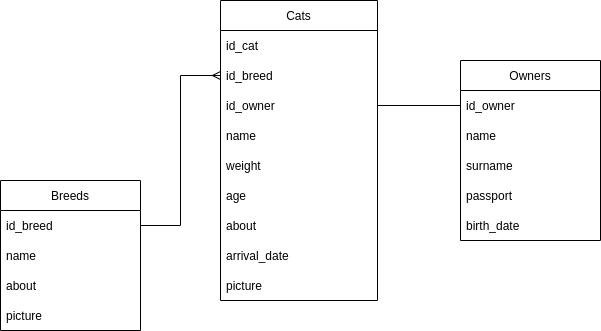
moevm/nosql2h21-cats-arango keeps this draw.io diagram as sql.drawio.png. Above is the earlier version. Source tidied: cells renumbered, new cells last; positions are measured from the earlier drawing's top-left corner, leaving out a move shared by most shapes.
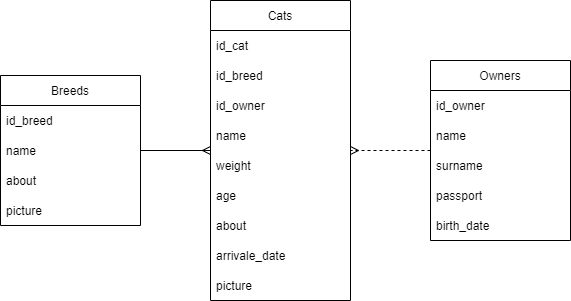
Later version of the same file.

Diff of the diagram source:
```diff
@@ -3,59 +3,44 @@
     <mxCell id="0" />
     <mxCell id="1" parent="0" />
     <mxCell id="2" value="Cats" style="swimlane;fontStyle=0;horizontal=1;startSize=30;" parent="1" vertex="1">
-      <mxGeometry x="220" width="157" height="300" as="geometry" />
+      <mxGeometry x="1090" y="10" width="140" height="300" as="geometry" />
     </mxCell>
     <mxCell id="3" value="id_cat" style="text;strokeColor=none;fillColor=none;align=left;verticalAlign=middle;spacingLeft=4;spacingRight=4;overflow=hidden;" parent="2" vertex="1">
-      <mxGeometry y="30" width="157" height="30" as="geometry" />
+      <mxGeometry y="30" width="140" height="30" as="geometry" />
     </mxCell>
     <mxCell id="4" value="id_breed" style="text;strokeColor=none;fillColor=none;align=left;verticalAlign=middle;spacingLeft=4;spacingRight=4;overflow=hidden;points=[[0,0.5],[1,0.5]];portConstraint=eastwest;" parent="2" vertex="1">
-      <mxGeometry y="60" width="157" height="30" as="geometry" />
+      <mxGeometry y="60" width="140" height="30" as="geometry" />
     </mxCell>
     <mxCell id="5" value="id_owner" style="text;strokeColor=none;fillColor=none;align=left;verticalAlign=middle;spacingLeft=4;spacingRight=4;overflow=hidden;points=[[0,0.5],[1,0.5]];portConstraint=eastwest;" parent="2" vertex="1">
-      <mxGeometry y="90" width="157" height="30" as="geometry" />
+      <mxGeometry y="90" width="140" height="30" as="geometry" />
     </mxCell>
-    <mxCell id="6" value="name" style="text;strokeColor=none;fillColor=none;align=left;verticalAlign=middle;spacingLeft=4;spacingRight=4;overflow=hidden;" parent="2" vertex="1">
-      <mxGeometry y="120" width="157" height="30" as="geometry" />
-    </mxCell>
+    <mxCell id="25" value="name" style="text;strokeColor=none;fillColor=none;align=left;verticalAlign=middle;spacingLeft=4;spacingRight=4;overflow=hidden;" parent="2" vertex="1">
+      <mxGeometry y="120" width="140" height="30" as="geometry" />
+    </mxCell>
     <mxCell id="7" value="weight" style="text;strokeColor=none;fillColor=none;align=left;verticalAlign=middle;spacingLeft=4;spacingRight=4;overflow=hidden;" parent="2" vertex="1">
-      <mxGeometry y="150" width="157" height="30" as="geometry" />
+      <mxGeometry y="150" width="140" height="30" as="geometry" />
     </mxCell>
     <mxCell id="8" value="age" style="text;strokeColor=none;fillColor=none;align=left;verticalAlign=middle;spacingLeft=4;spacingRight=4;overflow=hidden;" parent="2" vertex="1">
-      <mxGeometry y="180" width="157" height="30" as="geometry" />
+      <mxGeometry y="180" width="140" height="30" as="geometry" />
     </mxCell>
     <mxCell id="9" value="about" style="text;strokeColor=none;fillColor=none;align=left;verticalAlign=middle;spacingLeft=4;spacingRight=4;overflow=hidden;" parent="2" vertex="1">
-      <mxGeometry y="210" width="157" height="30" as="geometry" />
+      <mxGeometry y="210" width="140" height="30" as="geometry" />
     </mxCell>
-    <mxCell id="10" value="arrival_date" style="text;strokeColor=none;fillColor=none;align=left;verticalAlign=middle;spacingLeft=4;spacingRight=4;overflow=hidden;" parent="2" vertex="1">
-      <mxGeometry y="240" width="157" height="30" as="geometry" />
-    </mxCell>
+    <mxCell id="26" value="arrivale_date" style="text;strokeColor=none;fillColor=none;align=left;verticalAlign=middle;spacingLeft=4;spacingRight=4;overflow=hidden;" parent="2" vertex="1">
+      <mxGeometry y="240" width="140" height="30" as="geometry" />
+    </mxCell>
     <mxCell id="11" value="picture" style="text;strokeColor=none;fillColor=none;align=left;verticalAlign=middle;spacingLeft=4;spacingRight=4;overflow=hidden;" parent="2" vertex="1">
-      <mxGeometry y="270" width="157" height="30" as="geometry" />
+      <mxGeometry y="270" width="140" height="30" as="geometry" />
     </mxCell>
-    <mxCell id="12" value="Breeds" style="swimlane;fontStyle=0;horizontal=1;startSize=30;" parent="1" vertex="1">
-      <mxGeometry y="180" width="140" height="150" as="geometry" />
-    </mxCell>
-    <mxCell id="13" value="id_breed" style="text;strokeColor=none;fillColor=none;align=left;verticalAlign=middle;spacingLeft=4;spacingRight=4;overflow=hidden;points=[[0,0.5],[1,0.5]];portConstraint=eastwest;" parent="12" vertex="1">
-      <mxGeometry y="30" width="140" height="30" as="geometry" />
-    </mxCell>
-    <mxCell id="14" value="name" style="text;strokeColor=none;fillColor=none;align=left;verticalAlign=middle;spacingLeft=4;spacingRight=4;overflow=hidden;" parent="12" vertex="1">
-      <mxGeometry y="60" width="140" height="30" as="geometry" />
-    </mxCell>
-    <mxCell id="15" value="about" style="text;strokeColor=none;fillColor=none;align=left;verticalAlign=middle;spacingLeft=4;spacingRight=4;overflow=hidden;" parent="12" vertex="1">
-      <mxGeometry y="90" width="140" height="30" as="geometry" />
-    </mxCell>
-    <mxCell id="16" value="picture" style="text;strokeColor=none;fillColor=none;align=left;verticalAlign=middle;spacingLeft=4;spacingRight=4;overflow=hidden;" parent="12" vertex="1">
-      <mxGeometry y="120" width="140" height="30" as="geometry" />
-    </mxCell>
     <mxCell id="17" value="Owners" style="swimlane;fontStyle=0;horizontal=1;startSize=30;" parent="1" vertex="1">
-      <mxGeometry x="460" y="60" width="140" height="180" as="geometry" />
+      <mxGeometry x="1310" y="70" width="140" height="180" as="geometry" />
     </mxCell>
     <mxCell id="18" value="id_owner" style="text;strokeColor=none;fillColor=none;align=left;verticalAlign=middle;spacingLeft=4;spacingRight=4;overflow=hidden;points=[[0,0.5],[1,0.5]];portConstraint=eastwest;" parent="17" vertex="1">
       <mxGeometry y="30" width="140" height="30" as="geometry" />
     </mxCell>
-    <mxCell id="19" value="name" style="text;strokeColor=none;fillColor=none;align=left;verticalAlign=middle;spacingLeft=4;spacingRight=4;overflow=hidden;" parent="17" vertex="1">
-      <mxGeometry y="60" width="140" height="30" as="geometry" />
-    </mxCell>
+    <mxCell id="27" value="name" style="text;strokeColor=none;fillColor=none;align=left;verticalAlign=middle;spacingLeft=4;spacingRight=4;overflow=hidden;" parent="17" vertex="1">
+      <mxGeometry y="60" width="140" height="30" as="geometry" />
+    </mxCell>
     <mxCell id="20" value="surname" style="text;strokeColor=none;fillColor=none;align=left;verticalAlign=middle;spacingLeft=4;spacingRight=4;overflow=hidden;" parent="17" vertex="1">
       <mxGeometry y="90" width="140" height="30" as="geometry" />
     </mxCell>
@@ -65,11 +50,26 @@
     <mxCell id="22" value="birth_date" style="text;strokeColor=none;fillColor=none;align=left;verticalAlign=middle;spacingLeft=4;spacingRight=4;overflow=hidden;" parent="17" vertex="1">
       <mxGeometry y="150" width="140" height="30" as="geometry" />
     </mxCell>
-    <mxCell id="23" style="edgeStyle=orthogonalEdgeStyle;rounded=0;jettySize=auto;html=1;entryX=1;entryY=0.5;entryDx=0;entryDy=0;endArrow=none;endFill=0;startArrow=ERmany;startFill=0;" parent="1" edge="1" source="4" target="13">
-      <mxGeometry relative="1" as="geometry" />
-    </mxCell>
-    <mxCell id="24" style="edgeStyle=orthogonalEdgeStyle;rounded=0;jettySize=auto;html=1;entryX=0;entryY=0.5;entryDx=0;entryDy=0;startArrow=none;startFill=0;endArrow=none;endFill=0;" parent="1" edge="1" source="5" target="18">
-      <mxGeometry relative="1" as="geometry" />
-    </mxCell>
+    <mxCell id="12" value="Breeds" style="swimlane;fontStyle=0;horizontal=1;startSize=30;" parent="1" vertex="1">
+      <mxGeometry x="880" y="85" width="140" height="150" as="geometry" />
+    </mxCell>
+    <mxCell id="13" value="id_breed" style="text;strokeColor=none;fillColor=none;align=left;verticalAlign=middle;spacingLeft=4;spacingRight=4;overflow=hidden;points=[[0,0.5],[1,0.5]];portConstraint=eastwest;" parent="12" vertex="1">
+      <mxGeometry y="30" width="140" height="30" as="geometry" />
+    </mxCell>
+    <mxCell id="28" value="name" style="text;strokeColor=none;fillColor=none;align=left;verticalAlign=middle;spacingLeft=4;spacingRight=4;overflow=hidden;" parent="12" vertex="1">
+      <mxGeometry y="60" width="140" height="30" as="geometry" />
+    </mxCell>
+    <mxCell id="15" value="about" style="text;strokeColor=none;fillColor=none;align=left;verticalAlign=middle;spacingLeft=4;spacingRight=4;overflow=hidden;" parent="12" vertex="1">
+      <mxGeometry y="90" width="140" height="30" as="geometry" />
+    </mxCell>
+    <mxCell id="16" value="picture" style="text;strokeColor=none;fillColor=none;align=left;verticalAlign=middle;spacingLeft=4;spacingRight=4;overflow=hidden;" parent="12" vertex="1">
+      <mxGeometry y="120" width="140" height="30" as="geometry" />
+    </mxCell>
+    <mxCell id="29" style="endArrow=ERmany;html=1;rounded=0;startArrow=none;startFill=0;endFill=0;" parent="1" edge="1" source="12" target="2">
+      <mxGeometry relative="1" as="geometry" />
+    </mxCell>
+    <mxCell id="30" style="endArrow=ERmany;html=1;rounded=0;endFill=0;dashed=1;" parent="1" edge="1" source="17" target="2">
+      <mxGeometry relative="1" as="geometry" />
+    </mxCell>
   </root>
 </mxGraphModel>
```
